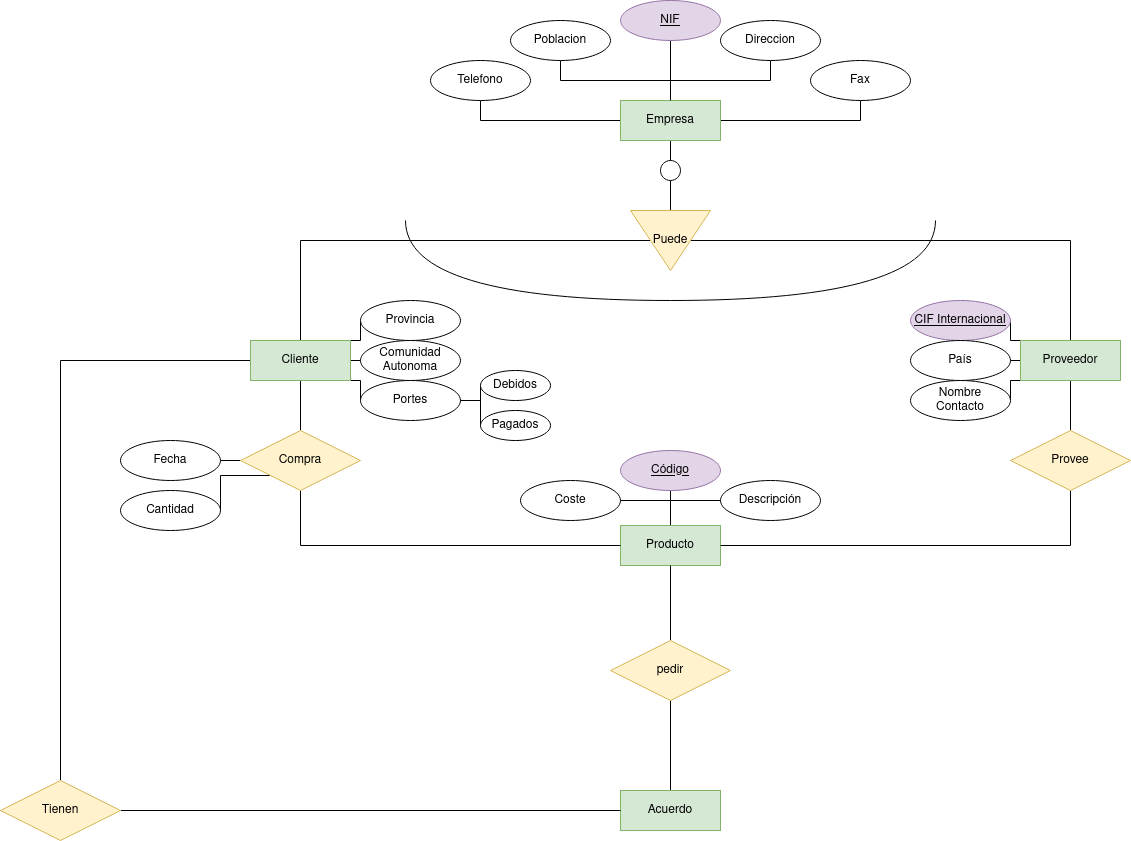
Above: Unidad-1/Tareas/Tarea-evaluable4/tarea4.drawio.png in jdrguez/2-Daw (draw.io), before the change. Source tidied: cells renumbered, new cells last; positions are measured from the earlier drawing's top-left corner, leaving out a move shared by most shapes.
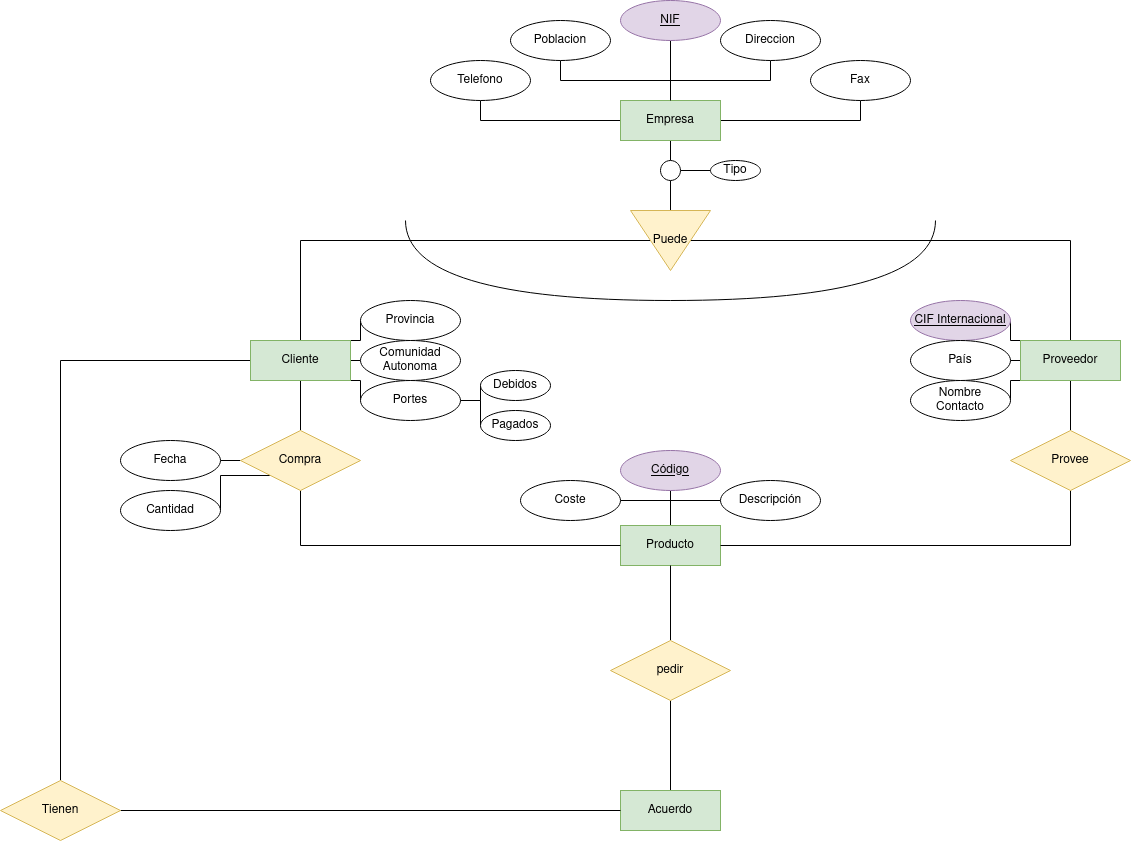
After the change.

Diff of the diagram source:
```diff
@@ -23,6 +23,9 @@
     <mxCell id="8" style="edgeStyle=orthogonalEdgeStyle;rounded=0;jettySize=auto;html=1;exitX=0.5;exitY=1;exitDx=0;exitDy=0;entryX=0;entryY=0.5;entryDx=0;entryDy=0;endArrow=none;endFill=0;" parent="1" edge="1" source="9" target="12">
       <mxGeometry relative="1" as="geometry" />
     </mxCell>
+    <mxCell id="62" style="edgeStyle=orthogonalEdgeStyle;rounded=0;jettySize=auto;html=1;exitX=1;exitY=0.5;exitDx=0;exitDy=0;entryX=0;entryY=0.5;entryDx=0;entryDy=0;endArrow=none;endFill=0;" parent="1" edge="1" source="9" target="63">
+      <mxGeometry relative="1" as="geometry" />
+    </mxCell>
     <mxCell id="9" style="ellipse;whiteSpace=wrap;html=1;" parent="1" vertex="1">
       <mxGeometry x="660" y="160" width="20" height="20" as="geometry" />
     </mxCell>
@@ -182,5 +185,8 @@
     <mxCell id="61" value="Descripción" style="ellipse;whiteSpace=wrap;html=1;align=center;" parent="1" vertex="1">
       <mxGeometry x="720" y="480" width="100" height="40" as="geometry" />
     </mxCell>
+    <mxCell id="63" value="Tipo" style="ellipse;whiteSpace=wrap;html=1;align=center;" parent="1" vertex="1">
+      <mxGeometry x="710" y="160" width="50" height="20" as="geometry" />
+    </mxCell>
   </root>
 </mxGraphModel>
```
